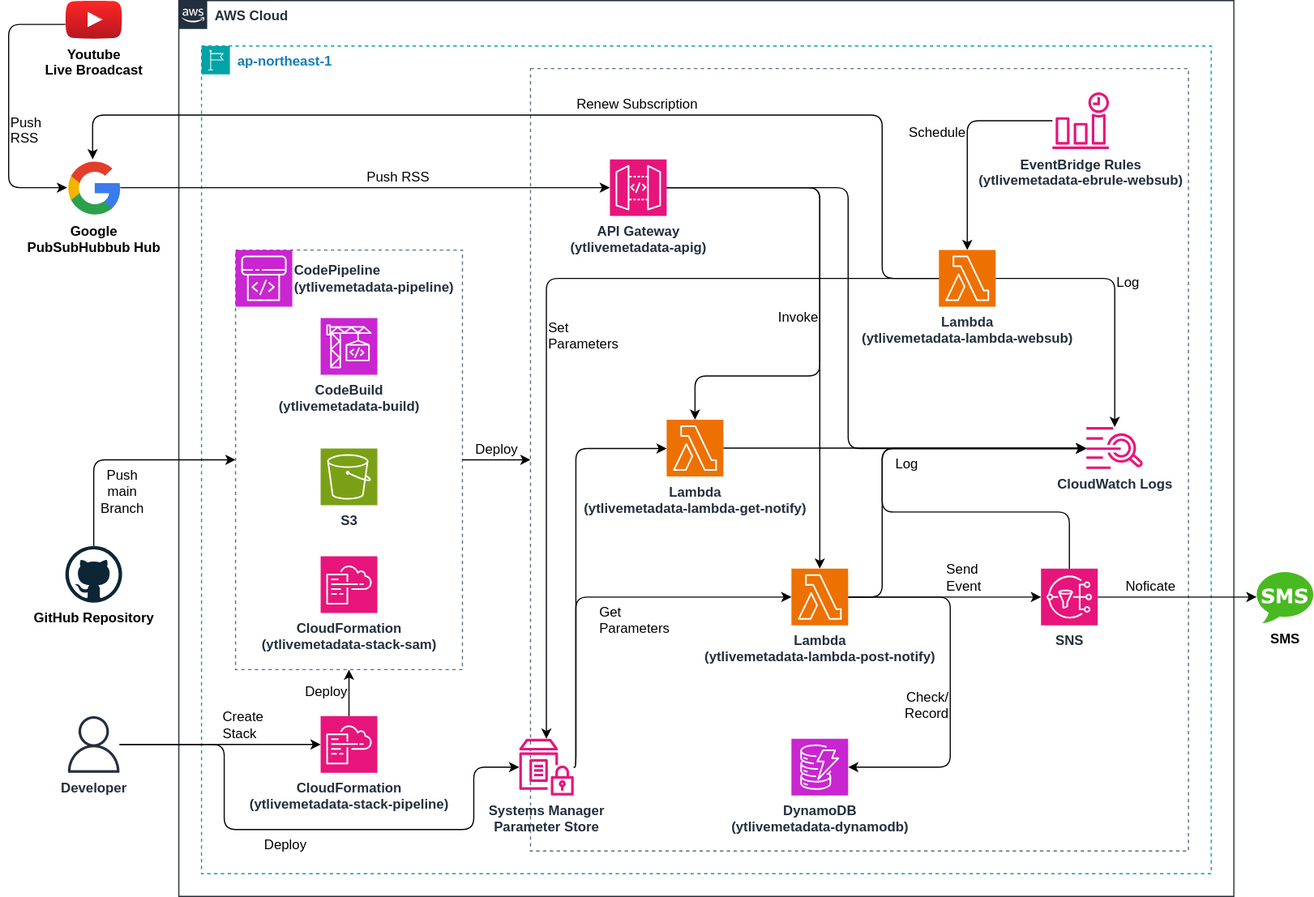
The draw.io diagram architecture.drawio.svg in infhyroyage/YTLiveMetaData, before a commit. Source tidied: cells renumbered, new cells last; positions are measured from the earlier drawing's top-left corner, leaving out a move shared by most shapes.
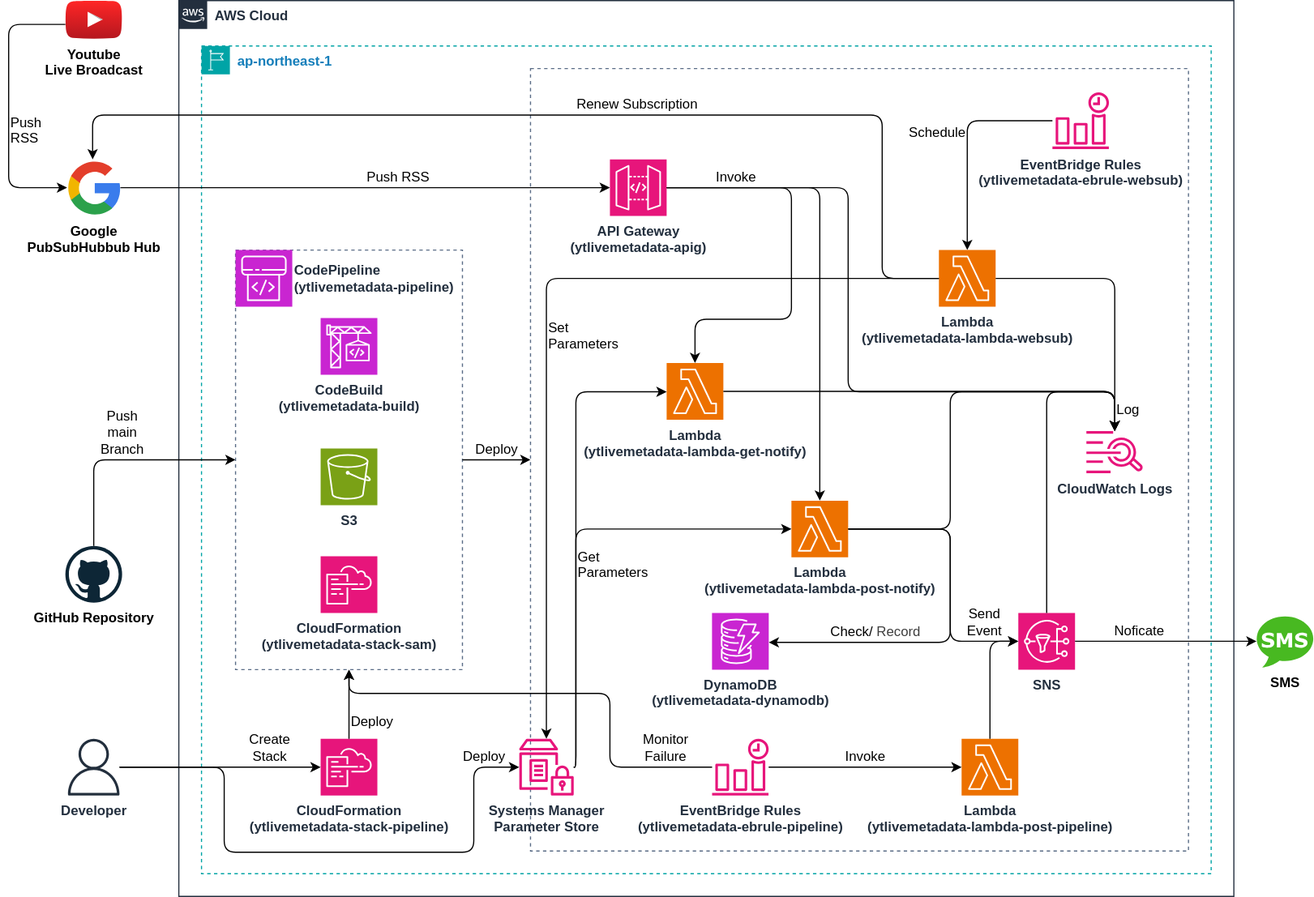
The same diagram one commit later.

Commit message:
Update AWS architect figure

Diff of the diagram source:
```diff
@@ -11,11 +11,11 @@
     <mxCell id="4" style="fillColor=none;strokeColor=#5A6C86;dashed=1;verticalAlign=top;fontStyle=0;fontColor=#5A6C86;whiteSpace=wrap;html=1;" parent="3" vertex="1">
       <mxGeometry x="290" y="20" width="580" height="690" as="geometry" />
     </mxCell>
-    <mxCell id="5" value="Check/&lt;div&gt;&lt;span style=&quot;&quot;&gt;Record&amp;nbsp;&lt;/span&gt;&lt;/div&gt;" style="edgeStyle=orthogonalEdgeStyle;html=1;fontSize=12;labelPosition=left;verticalLabelPosition=bottom;align=right;verticalAlign=top;labelBackgroundColor=none;" parent="3" edge="1" source="28" target="11">
-      <mxGeometry relative="1" as="geometry">
+    <mxCell id="5" value="Check/&lt;span style=&quot;color: rgb(63, 63, 63); background-color: transparent;&quot;&gt;Record&amp;nbsp;&lt;/span&gt;" style="edgeStyle=orthogonalEdgeStyle;html=1;fontSize=12;labelPosition=center;verticalLabelPosition=top;align=center;verticalAlign=bottom;labelBackgroundColor=none;" parent="3" edge="1" source="28" target="11">
+      <mxGeometry x="0.46" relative="1" as="geometry">
         <Array as="points">
-          <mxPoint x="660" y="486" />
-          <mxPoint x="660" y="636" />
+          <mxPoint x="660" y="426" />
+          <mxPoint x="660" y="526" />
         </Array>
       </mxGeometry>
     </mxCell>
@@ -32,16 +32,16 @@
       <mxGeometry x="750" y="41" width="50" height="50" as="geometry" />
     </mxCell>
     <mxCell id="10" value="&lt;span style=&quot;color: rgb(35, 47, 62); font-weight: 700;&quot;&gt;CloudWatch Logs&lt;/span&gt;" style="sketch=0;outlineConnect=0;fontColor=#232F3E;gradientColor=none;fillColor=#E7157B;strokeColor=none;dashed=0;verticalLabelPosition=bottom;verticalAlign=top;align=center;html=1;fontSize=12;fontStyle=0;shape=mxgraph.aws4.cloudwatch_logs;" parent="3" vertex="1">
-      <mxGeometry x="780" y="336" width="50" height="37.2" as="geometry" />
+      <mxGeometry x="780" y="339.6" width="50" height="37.2" as="geometry" />
     </mxCell>
     <mxCell id="11" value="DynamoDB&lt;div&gt;(ytlivemetadata-dynamodb)&lt;/div&gt;" style="sketch=0;points=[[0,0,0],[0.25,0,0],[0.5,0,0],[0.75,0,0],[1,0,0],[0,1,0],[0.25,1,0],[0.5,1,0],[0.75,1,0],[1,1,0],[0,0.25,0],[0,0.5,0],[0,0.75,0],[1,0.25,0],[1,0.5,0],[1,0.75,0]];outlineConnect=0;fontColor=#232F3E;fillColor=#C925D1;strokeColor=#ffffff;dashed=0;verticalLabelPosition=bottom;verticalAlign=top;align=center;html=1;fontSize=12;fontStyle=1;shape=mxgraph.aws4.resourceIcon;resIcon=mxgraph.aws4.dynamodb;" parent="3" vertex="1">
-      <mxGeometry x="520" y="611" width="50" height="50" as="geometry" />
+      <mxGeometry x="450" y="500" width="50" height="50" as="geometry" />
     </mxCell>
     <mxCell id="12" value="Deploy" style="edgeStyle=none;html=1;labelPosition=center;verticalLabelPosition=top;align=center;verticalAlign=bottom;fontSize=12;labelBackgroundColor=none;" parent="3" edge="1" source="6" target="4">
       <mxGeometry relative="1" as="geometry" />
     </mxCell>
-    <mxCell id="13" value="Invoke" style="edgeStyle=orthogonalEdgeStyle;html=1;fontSize=12;labelPosition=left;verticalLabelPosition=bottom;align=right;verticalAlign=top;labelBackgroundColor=none;" parent="3" edge="1" source="7" target="28">
-      <mxGeometry relative="1" as="geometry">
+    <mxCell id="13" value="Invoke" style="edgeStyle=orthogonalEdgeStyle;html=1;fontSize=12;labelPosition=center;verticalLabelPosition=top;align=center;verticalAlign=bottom;labelBackgroundColor=none;" parent="3" edge="1" source="7" target="28">
+      <mxGeometry x="-0.7" relative="1" as="geometry">
         <Array as="points">
           <mxPoint x="545" y="125" />
         </Array>
@@ -51,7 +51,7 @@
       <mxGeometry relative="1" as="geometry">
         <Array as="points">
           <mxPoint x="330" y="636" />
-          <mxPoint x="330" y="486" />
+          <mxPoint x="330" y="426" />
         </Array>
       </mxGeometry>
     </mxCell>
@@ -68,14 +68,11 @@
       <mxGeometry x="280" y="611" width="48.1" height="50" as="geometry" />
     </mxCell>
     <mxCell id="19" value="CloudFormation&lt;div&gt;(ytlivemetadata-stack-pipeline)&lt;/div&gt;" style="sketch=0;points=[[0,0,0],[0.25,0,0],[0.5,0,0],[0.75,0,0],[1,0,0],[0,1,0],[0.25,1,0],[0.5,1,0],[0.75,1,0],[1,1,0],[0,0.25,0],[0,0.5,0],[0,0.75,0],[1,0.25,0],[1,0.5,0],[1,0.75,0]];points=[[0,0,0],[0.25,0,0],[0.5,0,0],[0.75,0,0],[1,0,0],[0,1,0],[0.25,1,0],[0.5,1,0],[0.75,1,0],[1,1,0],[0,0.25,0],[0,0.5,0],[0,0.75,0],[1,0.25,0],[1,0.5,0],[1,0.75,0]];outlineConnect=0;fontColor=#232F3E;fillColor=#E7157B;strokeColor=#ffffff;dashed=0;verticalLabelPosition=bottom;verticalAlign=top;align=center;html=1;fontSize=12;fontStyle=1;shape=mxgraph.aws4.resourceIcon;resIcon=mxgraph.aws4.cloudformation;" parent="3" vertex="1">
-      <mxGeometry x="105" y="591" width="50" height="50" as="geometry" />
+      <mxGeometry x="105" y="611" width="50" height="50" as="geometry" />
     </mxCell>
-    <mxCell id="20" value="Deploy" style="edgeStyle=none;html=1;labelPosition=left;verticalLabelPosition=middle;align=right;verticalAlign=middle;fontSize=12;labelBackgroundColor=none;" parent="3" edge="1" source="19" target="6">
-      <mxGeometry relative="1" as="geometry" />
+    <mxCell id="20" value="Deploy" style="edgeStyle=none;html=1;labelPosition=right;verticalLabelPosition=middle;align=left;verticalAlign=middle;fontSize=12;labelBackgroundColor=none;" parent="3" edge="1" source="19" target="6">
+      <mxGeometry x="-0.51" relative="1" as="geometry" />
     </mxCell>
-    <mxCell id="21" value="Send&lt;div&gt;Event&lt;/div&gt;" style="edgeStyle=none;html=1;labelPosition=right;verticalLabelPosition=top;align=left;verticalAlign=bottom;fontSize=12;labelBackgroundColor=none;" parent="3" edge="1" source="28" target="29">
-      <mxGeometry relative="1" as="geometry" />
-    </mxCell>
     <mxCell id="22" value="Schedule" style="edgeStyle=orthogonalEdgeStyle;html=1;fontSize=12;labelPosition=left;verticalLabelPosition=top;align=right;verticalAlign=bottom;labelBackgroundColor=none;" parent="3" edge="1" source="9" target="8">
       <mxGeometry relative="1" as="geometry">
         <Array as="points">
@@ -90,11 +87,12 @@
         </Array>
       </mxGeometry>
     </mxCell>
-    <mxCell id="24" value="Log" style="edgeStyle=orthogonalEdgeStyle;html=1;fontSize=12;labelPosition=right;verticalLabelPosition=bottom;align=left;verticalAlign=top;labelBackgroundColor=none;" parent="3" edge="1" source="28" target="10">
-      <mxGeometry relative="1" as="geometry">
+    <mxCell id="24" style="edgeStyle=orthogonalEdgeStyle;html=1;fontSize=12;labelPosition=center;verticalLabelPosition=top;align=center;verticalAlign=bottom;labelBackgroundColor=none;" parent="3" edge="1" source="28" target="10">
+      <mxGeometry x="0.74" relative="1" as="geometry">
         <Array as="points">
-          <mxPoint x="600" y="486" />
-          <mxPoint x="600" y="355" />
+          <mxPoint x="660" y="426" />
+          <mxPoint x="660" y="305" />
+          <mxPoint x="805" y="305" />
         </Array>
       </mxGeometry>
     </mxCell>
@@ -102,12 +100,12 @@
       <mxGeometry relative="1" as="geometry">
         <Array as="points">
           <mxPoint x="570" y="125" />
-          <mxPoint x="570" y="355" />
+          <mxPoint x="570" y="305" />
         </Array>
       </mxGeometry>
     </mxCell>
-    <mxCell id="26" value="Log" style="edgeStyle=orthogonalEdgeStyle;html=1;fontSize=12;labelPosition=right;verticalLabelPosition=top;align=left;verticalAlign=bottom;labelBackgroundColor=none;" parent="3" edge="1" source="8" target="10">
-      <mxGeometry relative="1" as="geometry">
+    <mxCell id="26" value="Log" style="edgeStyle=orthogonalEdgeStyle;html=1;fontSize=12;labelPosition=right;verticalLabelPosition=middle;align=left;verticalAlign=middle;labelBackgroundColor=none;" parent="3" edge="1" source="8" target="10">
+      <mxGeometry x="0.84" relative="1" as="geometry">
         <Array as="points">
           <mxPoint x="805" y="205" />
         </Array>
@@ -117,43 +115,79 @@
       <mxGeometry x="105" y="240" width="50" height="50" as="geometry" />
     </mxCell>
     <mxCell id="28" value="Lambda&lt;div&gt;(ytlivemetadata-lambda-post-notify)&lt;/div&gt;" style="sketch=0;points=[[0,0,0],[0.25,0,0],[0.5,0,0],[0.75,0,0],[1,0,0],[0,1,0],[0.25,1,0],[0.5,1,0],[0.75,1,0],[1,1,0],[0,0.25,0],[0,0.5,0],[0,0.75,0],[1,0.25,0],[1,0.5,0],[1,0.75,0]];outlineConnect=0;fontColor=#232F3E;fillColor=#ED7100;strokeColor=#ffffff;dashed=0;verticalLabelPosition=bottom;verticalAlign=top;align=center;html=1;fontSize=12;fontStyle=1;shape=mxgraph.aws4.resourceIcon;resIcon=mxgraph.aws4.lambda;" parent="3" vertex="1">
-      <mxGeometry x="520" y="461" width="50" height="50" as="geometry" />
+      <mxGeometry x="520" y="401" width="50" height="50" as="geometry" />
     </mxCell>
     <mxCell id="29" value="&lt;div&gt;SNS&lt;/div&gt;" style="sketch=0;points=[[0,0,0],[0.25,0,0],[0.5,0,0],[0.75,0,0],[1,0,0],[0,1,0],[0.25,1,0],[0.5,1,0],[0.75,1,0],[1,1,0],[0,0.25,0],[0,0.5,0],[0,0.75,0],[1,0.25,0],[1,0.5,0],[1,0.75,0]];outlineConnect=0;fontColor=#232F3E;fillColor=#E7157B;strokeColor=#ffffff;dashed=0;verticalLabelPosition=bottom;verticalAlign=top;align=center;html=1;fontSize=12;fontStyle=1;shape=mxgraph.aws4.resourceIcon;resIcon=mxgraph.aws4.sns;" parent="3" vertex="1">
-      <mxGeometry x="740" y="461" width="50" height="50" as="geometry" />
+      <mxGeometry x="720" y="500" width="50" height="50" as="geometry" />
     </mxCell>
     <mxCell id="30" value="Lambda&lt;div&gt;(ytlivemetadata-lambda-get-notify)&lt;/div&gt;" style="sketch=0;points=[[0,0,0],[0.25,0,0],[0.5,0,0],[0.75,0,0],[1,0,0],[0,1,0],[0.25,1,0],[0.5,1,0],[0.75,1,0],[1,1,0],[0,0.25,0],[0,0.5,0],[0,0.75,0],[1,0.25,0],[1,0.5,0],[1,0.75,0]];outlineConnect=0;fontColor=#232F3E;fillColor=#ED7100;strokeColor=#ffffff;dashed=0;verticalLabelPosition=bottom;verticalAlign=top;align=center;html=1;fontSize=12;fontStyle=1;shape=mxgraph.aws4.resourceIcon;resIcon=mxgraph.aws4.lambda;" parent="3" vertex="1">
-      <mxGeometry x="410" y="329.6" width="50" height="50" as="geometry" />
+      <mxGeometry x="410" y="279.6" width="50" height="50" as="geometry" />
     </mxCell>
     <mxCell id="31" style="edgeStyle=orthogonalEdgeStyle;html=1;fontSize=12;labelPosition=left;verticalLabelPosition=bottom;align=right;verticalAlign=top;labelBackgroundColor=none;" parent="3" edge="1" source="18" target="30">
       <mxGeometry relative="1" as="geometry">
         <Array as="points">
           <mxPoint x="330" y="636" />
-          <mxPoint x="330" y="355" />
+          <mxPoint x="330" y="305" />
         </Array>
       </mxGeometry>
     </mxCell>
     <mxCell id="32" style="edgeStyle=orthogonalEdgeStyle;html=1;fontSize=12;labelPosition=left;verticalLabelPosition=bottom;align=right;verticalAlign=top;labelBackgroundColor=none;" parent="3" edge="1" source="7" target="30">
       <mxGeometry relative="1" as="geometry">
         <Array as="points">
-          <mxPoint x="545" y="125" />
-          <mxPoint x="545" y="291" />
-          <mxPoint x="435" y="291" />
+          <mxPoint x="520" y="125" />
+          <mxPoint x="520" y="241" />
+          <mxPoint x="435" y="241" />
         </Array>
       </mxGeometry>
     </mxCell>
+    <mxCell id="34" style="edgeStyle=orthogonalEdgeStyle;html=1;fontSize=12;labelPosition=right;verticalLabelPosition=bottom;align=left;verticalAlign=top;labelBackgroundColor=none;" parent="3" edge="1" source="29" target="10">
+      <mxGeometry relative="1" as="geometry">
+        <Array as="points">
+          <mxPoint x="745" y="305" />
+          <mxPoint x="805" y="305" />
+        </Array>
+      </mxGeometry>
+    </mxCell>
+    <mxCell id="47" value="&lt;span style=&quot;color: rgb(35, 47, 62); font-weight: 700;&quot;&gt;EventBridge Rules&lt;/span&gt;&lt;div&gt;&lt;span style=&quot;color: rgb(35, 47, 62); font-weight: 700;&quot;&gt;(ytlivemetadata-ebrule-pipeline)&lt;/span&gt;&lt;/div&gt;" style="sketch=0;outlineConnect=0;fontColor=#232F3E;gradientColor=none;fillColor=#E7157B;strokeColor=none;dashed=0;verticalLabelPosition=bottom;verticalAlign=top;align=center;html=1;fontSize=12;fontStyle=0;shape=mxgraph.aws4.event_time_based;" parent="3" vertex="1">
+      <mxGeometry x="450" y="611" width="50" height="50" as="geometry" />
+    </mxCell>
+    <mxCell id="48" value="Lambda&lt;div&gt;(ytlivemetadata-lambda-post-pipeline)&lt;/div&gt;" style="sketch=0;points=[[0,0,0],[0.25,0,0],[0.5,0,0],[0.75,0,0],[1,0,0],[0,1,0],[0.25,1,0],[0.5,1,0],[0.75,1,0],[1,1,0],[0,0.25,0],[0,0.5,0],[0,0.75,0],[1,0.25,0],[1,0.5,0],[1,0.75,0]];outlineConnect=0;fontColor=#232F3E;fillColor=#ED7100;strokeColor=#ffffff;dashed=0;verticalLabelPosition=bottom;verticalAlign=top;align=center;html=1;fontSize=12;fontStyle=1;shape=mxgraph.aws4.resourceIcon;resIcon=mxgraph.aws4.lambda;" parent="3" vertex="1">
+      <mxGeometry x="670" y="611" width="50" height="50" as="geometry" />
+    </mxCell>
-    <mxCell id="33" style="edgeStyle=none;html=1;labelPosition=right;verticalLabelPosition=top;align=left;verticalAlign=bottom;fontSize=12;labelBackgroundColor=none;" parent="3" edge="1" source="30" target="10">
-      <mxGeometry relative="1" as="geometry" />
+    <mxCell id="33" style="edgeStyle=orthogonalEdgeStyle;html=1;fontSize=12;labelPosition=center;verticalLabelPosition=top;align=center;verticalAlign=bottom;labelBackgroundColor=none;" parent="3" edge="1" source="30" target="10">
+      <mxGeometry x="0.74" relative="1" as="geometry">
+        <Array as="points">
+          <mxPoint x="805" y="305" />
+        </Array>
+      </mxGeometry>
     </mxCell>
-    <mxCell id="34" style="edgeStyle=orthogonalEdgeStyle;html=1;fontSize=12;labelPosition=right;verticalLabelPosition=bottom;align=left;verticalAlign=top;labelBackgroundColor=none;" parent="3" edge="1" source="29" target="10">
-      <mxGeometry relative="1" as="geometry">
-        <Array as="points">
-          <mxPoint x="765" y="411" />
-          <mxPoint x="600" y="411" />
-          <mxPoint x="600" y="355" />
-        </Array>
-      </mxGeometry>
-    </mxCell>
+    <mxCell id="21" value="Send&lt;div&gt;Event&lt;/div&gt;" style="edgeStyle=orthogonalEdgeStyle;html=1;fontSize=12;labelPosition=center;verticalLabelPosition=top;align=center;verticalAlign=bottom;labelBackgroundColor=none;" parent="3" edge="1" source="28" target="29">
+      <mxGeometry x="0.76" relative="1" as="geometry">
+        <Array as="points">
+          <mxPoint x="660" y="426" />
+          <mxPoint x="660" y="525" />
+        </Array>
+      </mxGeometry>
+    </mxCell>
+    <mxCell id="49" value="Invoke" style="edgeStyle=none;html=1;labelPosition=center;verticalLabelPosition=top;align=center;verticalAlign=bottom;fontSize=12;labelBackgroundColor=none;" parent="3" edge="1" source="47" target="48">
+      <mxGeometry relative="1" as="geometry" />
+    </mxCell>
+    <mxCell id="50" style="edgeStyle=orthogonalEdgeStyle;html=1;fontSize=12;labelPosition=center;verticalLabelPosition=top;align=center;verticalAlign=bottom;labelBackgroundColor=none;" parent="3" edge="1" source="48" target="29">
+      <mxGeometry x="0.74" relative="1" as="geometry">
+        <Array as="points">
+          <mxPoint x="695" y="525" />
+        </Array>
+      </mxGeometry>
+    </mxCell>
+    <mxCell id="51" value="Monitor&lt;div&gt;Failure&lt;/div&gt;" style="edgeStyle=orthogonalEdgeStyle;html=1;fontSize=12;labelPosition=center;verticalLabelPosition=top;align=center;verticalAlign=bottom;labelBackgroundColor=none;entryX=0.5;entryY=1;entryDx=0;entryDy=0;" parent="3" edge="1" source="47" target="6">
+      <mxGeometry x="-0.8" relative="1" as="geometry">
+        <Array as="points">
+          <mxPoint x="360" y="636" />
+          <mxPoint x="360" y="571" />
+          <mxPoint x="130" y="571" />
+        </Array>
+      </mxGeometry>
+    </mxCell>
     <mxCell id="35" value="&lt;div&gt;GitHub Repository&lt;/div&gt;" style="dashed=0;outlineConnect=0;html=1;align=center;labelPosition=center;verticalLabelPosition=bottom;verticalAlign=top;shape=mxgraph.weblogos.github;fontColor=#000000;fontStyle=1;" parent="1" vertex="1">
       <mxGeometry x="50" y="481" width="50" height="50" as="geometry" />
     </mxCell>
@@ -166,7 +200,7 @@
     <mxCell id="38" value="Youtube&lt;div&gt;Live Broadcast&lt;/div&gt;" style="dashed=0;outlineConnect=0;html=1;align=center;labelPosition=center;verticalLabelPosition=bottom;verticalAlign=top;shape=mxgraph.weblogos.youtube_2;fillColor=#FF2626;gradientColor=#B5171F;fontStyle=1;" parent="1" vertex="1">
       <mxGeometry x="50" width="50" height="33.8" as="geometry" />
     </mxCell>
-    <mxCell id="39" value="Push&lt;div&gt;main&lt;/div&gt;&lt;div&gt;Branch&lt;/div&gt;" style="edgeStyle=orthogonalEdgeStyle;html=1;fontSize=12;labelPosition=center;verticalLabelPosition=bottom;align=center;verticalAlign=top;labelBackgroundColor=none;" parent="1" edge="1" source="35" target="6">
+    <mxCell id="39" value="Push&lt;div&gt;main&lt;/div&gt;&lt;div&gt;Branch&lt;/div&gt;" style="edgeStyle=orthogonalEdgeStyle;html=1;fontSize=12;labelPosition=center;verticalLabelPosition=top;align=center;verticalAlign=bottom;labelBackgroundColor=none;" parent="1" edge="1" source="35" target="6">
       <mxGeometry relative="1" as="geometry">
         <Array as="points">
           <mxPoint x="75" y="405" />
@@ -174,10 +208,10 @@
       </mxGeometry>
     </mxCell>
     <mxCell id="40" value="Developer" style="sketch=0;outlineConnect=0;fontColor=#232F3E;gradientColor=none;fillColor=#232F3D;strokeColor=none;dashed=0;verticalLabelPosition=bottom;verticalAlign=top;align=center;html=1;fontSize=12;fontStyle=1;shape=mxgraph.aws4.user;" parent="1" vertex="1">
-      <mxGeometry x="50" y="631" width="50" height="50" as="geometry" />
+      <mxGeometry x="50" y="651" width="50" height="50" as="geometry" />
     </mxCell>
-    <mxCell id="41" value="Create&lt;div&gt;Stack&lt;/div&gt;" style="edgeStyle=none;html=1;labelPosition=right;verticalLabelPosition=top;align=left;verticalAlign=bottom;fontSize=12;labelBackgroundColor=none;" parent="1" edge="1" source="40" target="19">
-      <mxGeometry relative="1" as="geometry" />
+    <mxCell id="41" value="Create&lt;div&gt;Stack&lt;/div&gt;" style="edgeStyle=none;html=1;labelPosition=center;verticalLabelPosition=top;align=center;verticalAlign=bottom;fontSize=12;labelBackgroundColor=none;" parent="1" edge="1" source="40" target="19">
+      <mxGeometry x="0.49" relative="1" as="geometry" />
     </mxCell>
     <mxCell id="42" value="Renew Subscription" style="edgeStyle=orthogonalEdgeStyle;html=1;fontSize=12;labelPosition=right;verticalLabelPosition=top;align=left;verticalAlign=bottom;labelBackgroundColor=none;" parent="1" edge="1" source="8" target="36">
       <mxGeometry relative="1" as="geometry">
@@ -188,18 +222,18 @@
         </Array>
       </mxGeometry>
     </mxCell>
-    <mxCell id="43" value="Deploy" style="edgeStyle=orthogonalEdgeStyle;html=1;fontSize=12;labelPosition=left;verticalLabelPosition=bottom;align=right;verticalAlign=top;labelBackgroundColor=none;" parent="1" edge="1" source="40" target="18">
-      <mxGeometry relative="1" as="geometry">
+    <mxCell id="43" value="Deploy" style="edgeStyle=orthogonalEdgeStyle;html=1;fontSize=12;labelPosition=center;verticalLabelPosition=top;align=center;verticalAlign=bottom;labelBackgroundColor=none;" parent="1" edge="1" source="40" target="18">
+      <mxGeometry x="0.88" relative="1" as="geometry">
         <Array as="points">
-          <mxPoint x="190" y="656" />
-          <mxPoint x="190" y="731" />
-          <mxPoint x="410" y="731" />
+          <mxPoint x="190" y="676" />
+          <mxPoint x="190" y="751" />
+          <mxPoint x="410" y="751" />
           <mxPoint x="410" y="676" />
         </Array>
       </mxGeometry>
     </mxCell>
     <mxCell id="44" value="SMS" style="dashed=0;outlineConnect=0;html=1;align=center;labelPosition=center;verticalLabelPosition=bottom;verticalAlign=top;shape=mxgraph.weblogos.sms;fillColor=#48B921;strokeColor=none;fontStyle=1;" parent="1" vertex="1">
-      <mxGeometry x="1100" y="502.9" width="50" height="46.2" as="geometry" />
+      <mxGeometry x="1100" y="541.9" width="50" height="46.2" as="geometry" />
     </mxCell>
     <mxCell id="45" value="Noficate" style="edgeStyle=none;html=1;labelPosition=left;verticalLabelPosition=top;align=right;verticalAlign=bottom;fontSize=12;labelBackgroundColor=none;" parent="1" edge="1" source="29" target="44">
       <mxGeometry relative="1" as="geometry" />
```
